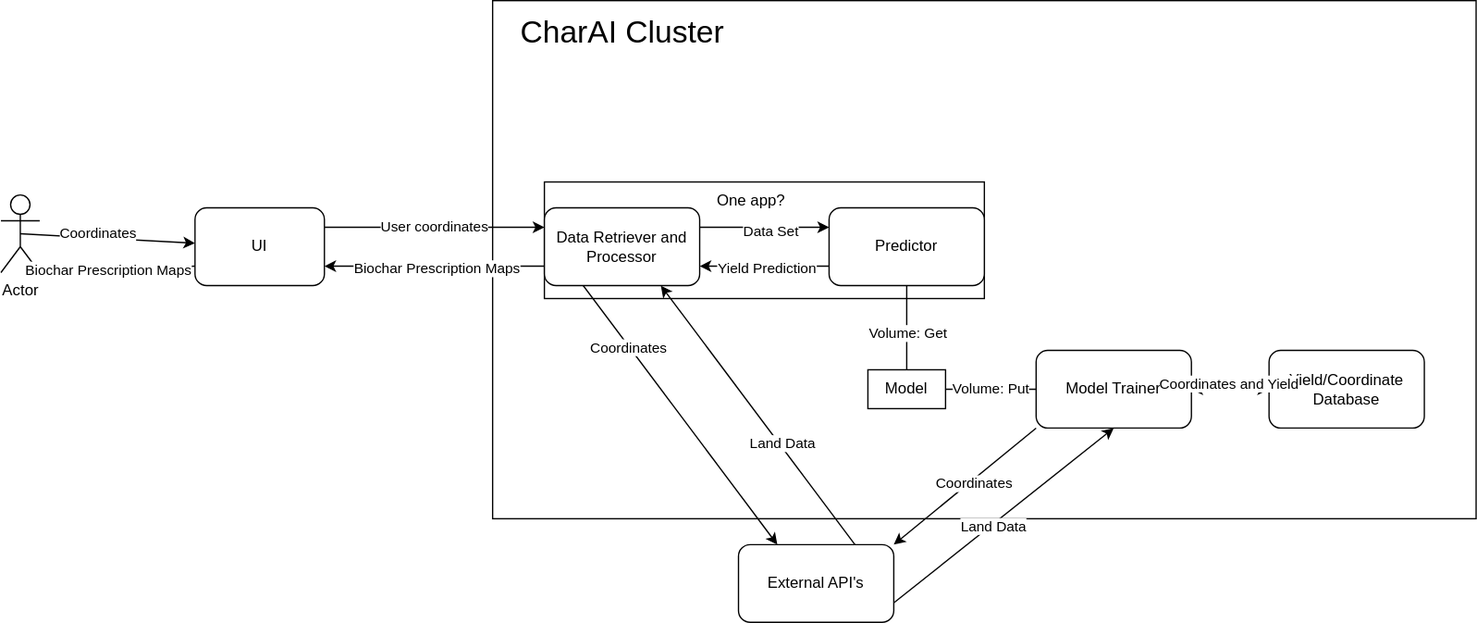
The draw.io diagram docs/Design/System/Architecture/SystemArchitectureModel.drawio.svg in JosephPBaruch/CharAI, before a commit. Source tidied: cells renumbered, new cells last; positions are measured from the earlier drawing's top-left corner, leaving out a move shared by most shapes. The source it was exported from:
```xml
<mxGraphModel>
  <root>
    <mxCell id="0" />
    <mxCell id="1" parent="0" />
    <mxCell id="2" style="rounded=0;whiteSpace=wrap;html=1;" parent="1" vertex="1">
      <mxGeometry x="380" width="760" height="400" as="geometry" />
    </mxCell>
    <mxCell id="3" style="rounded=0;whiteSpace=wrap;html=1;" parent="1" vertex="1">
      <mxGeometry x="420" y="140" width="340" height="90" as="geometry" />
    </mxCell>
    <mxCell id="4" style="edgeStyle=none;html=1;entryX=0;entryY=0.25;entryDx=0;entryDy=0;exitX=1;exitY=0.25;exitDx=0;exitDy=0;" parent="1" edge="1" source="6" target="21">
      <mxGeometry relative="1" as="geometry">
        <Array as="points">
          <mxPoint x="340" y="175" />
        </Array>
      </mxGeometry>
    </mxCell>
    <mxCell id="5" value="User coordinates" style="edgeLabel;html=1;align=center;verticalAlign=middle;" parent="4" vertex="1">
      <mxGeometry x="-0.01" y="1" relative="1" as="geometry" />
    </mxCell>
    <mxCell id="6" value="UI" style="rounded=1;whiteSpace=wrap;html=1;" parent="1" vertex="1">
      <mxGeometry x="150" y="160" width="100" height="60" as="geometry" />
    </mxCell>
    <mxCell id="7" style="edgeStyle=none;html=1;exitX=0;exitY=0.75;exitDx=0;exitDy=0;entryX=1;entryY=0.75;entryDx=0;entryDy=0;" parent="1" edge="1" source="9" target="21">
      <mxGeometry relative="1" as="geometry" />
    </mxCell>
    <mxCell id="8" value="Yield Prediction" style="edgeLabel;html=1;align=center;verticalAlign=middle;" parent="7" vertex="1">
      <mxGeometry x="0.24" y="1" relative="1" as="geometry">
        <mxPoint x="13" as="offset" />
      </mxGeometry>
    </mxCell>
    <mxCell id="9" value="Predictor" style="rounded=1;whiteSpace=wrap;html=1;" parent="1" vertex="1">
      <mxGeometry x="640" y="160" width="120" height="60" as="geometry" />
    </mxCell>
    <mxCell id="10" style="edgeStyle=none;html=1;exitX=0;exitY=1;exitDx=0;exitDy=0;entryX=1;entryY=0;entryDx=0;entryDy=0;" parent="1" edge="1" source="12" target="27">
      <mxGeometry relative="1" as="geometry" />
    </mxCell>
    <mxCell id="11" value="Coordinates" style="edgeLabel;html=1;align=center;verticalAlign=middle;" parent="10" vertex="1">
      <mxGeometry x="-0.09" y="2" relative="1" as="geometry" />
    </mxCell>
    <mxCell id="12" value="Model Trainer" style="rounded=1;whiteSpace=wrap;html=1;" parent="1" vertex="1">
      <mxGeometry x="800" y="270" width="120" height="60" as="geometry" />
    </mxCell>
    <mxCell id="13" value="Yield/Coordinate Database" style="rounded=1;whiteSpace=wrap;html=1;" parent="1" vertex="1">
      <mxGeometry x="980" y="270" width="120" height="60" as="geometry" />
    </mxCell>
    <mxCell id="14" value="Model" style="rounded=0;whiteSpace=wrap;html=1;" parent="1" vertex="1">
      <mxGeometry x="670" y="285" width="60" height="30" as="geometry" />
    </mxCell>
    <mxCell id="15" style="edgeStyle=none;html=1;entryX=1;entryY=0.75;entryDx=0;entryDy=0;exitX=0;exitY=0.75;exitDx=0;exitDy=0;" parent="1" edge="1" source="21" target="6">
      <mxGeometry relative="1" as="geometry" />
    </mxCell>
    <mxCell id="16" value="Biochar Prescription Maps" style="edgeLabel;html=1;align=center;verticalAlign=middle;" parent="15" vertex="1">
      <mxGeometry x="-0.02" y="1" relative="1" as="geometry" />
    </mxCell>
    <mxCell id="17" style="edgeStyle=none;html=1;exitX=0.25;exitY=1;exitDx=0;exitDy=0;entryX=0.25;entryY=0;entryDx=0;entryDy=0;" parent="1" edge="1" source="21" target="27">
      <mxGeometry relative="1" as="geometry" />
    </mxCell>
    <mxCell id="18" value="Coordinates" style="edgeLabel;html=1;align=center;verticalAlign=middle;" parent="17" vertex="1">
      <mxGeometry x="-0.54" y="-1" relative="1" as="geometry" />
    </mxCell>
    <mxCell id="19" style="edgeStyle=none;html=1;exitX=1;exitY=0.25;exitDx=0;exitDy=0;entryX=0;entryY=0.25;entryDx=0;entryDy=0;" parent="1" edge="1" source="21" target="9">
      <mxGeometry relative="1" as="geometry" />
    </mxCell>
    <mxCell id="20" value="Data Set" style="edgeLabel;html=1;align=center;verticalAlign=middle;" parent="19" vertex="1">
      <mxGeometry x="0.08" y="-2" relative="1" as="geometry" />
    </mxCell>
    <mxCell id="21" value="Data Retriever and Processor" style="rounded=1;whiteSpace=wrap;html=1;" parent="1" vertex="1">
      <mxGeometry x="420" y="160" width="120" height="60" as="geometry" />
    </mxCell>
    <mxCell id="22" value="&lt;font style=&quot;font-size: 24px;&quot;&gt;CharAI Cluster&lt;/font&gt;" style="text;html=1;align=center;verticalAlign=middle;whiteSpace=wrap;rounded=0;" parent="1" vertex="1">
      <mxGeometry x="363.5" y="10" width="233" height="30" as="geometry" />
    </mxCell>
    <mxCell id="23" style="edgeStyle=none;html=1;exitX=0.75;exitY=0;exitDx=0;exitDy=0;entryX=0.75;entryY=1;entryDx=0;entryDy=0;" parent="1" edge="1" source="27" target="21">
      <mxGeometry relative="1" as="geometry" />
    </mxCell>
    <mxCell id="24" value="Land Data" style="edgeLabel;html=1;align=center;verticalAlign=middle;" parent="23" vertex="1">
      <mxGeometry x="-0.23" y="-2" relative="1" as="geometry" />
    </mxCell>
    <mxCell id="25" style="edgeStyle=none;html=1;exitX=1;exitY=0.75;exitDx=0;exitDy=0;entryX=0.5;entryY=1;entryDx=0;entryDy=0;" parent="1" edge="1" source="27" target="12">
      <mxGeometry relative="1" as="geometry" />
    </mxCell>
    <mxCell id="26" value="Land Data" style="edgeLabel;html=1;align=center;verticalAlign=middle;" parent="25" vertex="1">
      <mxGeometry x="-0.11" y="-1" relative="1" as="geometry" />
    </mxCell>
    <mxCell id="27" value="External API's" style="rounded=1;whiteSpace=wrap;html=1;" parent="1" vertex="1">
      <mxGeometry x="570" y="420" width="120" height="60" as="geometry" />
    </mxCell>
    <mxCell id="28" style="endArrow=none;html=1;entryX=0.5;entryY=1;entryDx=0;entryDy=0;exitX=0.5;exitY=0;exitDx=0;exitDy=0;" parent="1" edge="1" source="14" target="9">
      <mxGeometry relative="1" as="geometry" />
    </mxCell>
    <mxCell id="29" value="Volume: Get" style="edgeLabel;html=1;align=center;verticalAlign=middle;" parent="28" vertex="1">
      <mxGeometry x="-0.1" relative="1" as="geometry" />
    </mxCell>
    <mxCell id="30" value="Volume: Put" style="endArrow=none;html=1;entryX=0;entryY=0.5;entryDx=0;entryDy=0;exitX=1;exitY=0.5;exitDx=0;exitDy=0;" parent="1" edge="1" source="14" target="12">
      <mxGeometry relative="1" as="geometry" />
    </mxCell>
    <mxCell id="31" style="endArrow=classic;startArrow=classic;html=1;exitX=1;exitY=0.5;exitDx=0;exitDy=0;entryX=0;entryY=0.5;entryDx=0;entryDy=0;" parent="1" edge="1" source="12" target="13">
      <mxGeometry relative="1" as="geometry" />
    </mxCell>
    <mxCell id="32" value="Coordinates and Yield" style="edgeLabel;html=1;align=center;verticalAlign=middle;" parent="31" vertex="1">
      <mxGeometry x="-0.07" y="5" relative="1" as="geometry" />
    </mxCell>
    <mxCell id="33" style="edgeStyle=none;html=1;exitX=0.5;exitY=0.5;exitDx=0;exitDy=0;exitPerimeter=0;" parent="1" edge="1" source="35" target="6">
      <mxGeometry relative="1" as="geometry" />
    </mxCell>
    <mxCell id="34" value="Coordinates" style="edgeLabel;html=1;align=center;verticalAlign=middle;" parent="33" vertex="1">
      <mxGeometry x="-0.13" y="4" relative="1" as="geometry" />
    </mxCell>
    <mxCell id="35" value="Actor" style="shape=umlActor;verticalLabelPosition=bottom;verticalAlign=top;html=1;outlineConnect=0;" parent="1" vertex="1">
      <mxGeometry y="150" width="30" height="60" as="geometry" />
    </mxCell>
    <mxCell id="36" style="edgeStyle=none;html=1;exitX=0;exitY=0.75;exitDx=0;exitDy=0;entryX=1;entryY=1;entryDx=0;entryDy=0;entryPerimeter=0;" parent="1" edge="1" source="6" target="35">
      <mxGeometry relative="1" as="geometry" />
    </mxCell>
    <mxCell id="37" value="Biochar Prescription Maps" style="edgeLabel;html=1;align=center;verticalAlign=middle;" parent="36" vertex="1">
      <mxGeometry x="0.13" relative="1" as="geometry" />
    </mxCell>
    <mxCell id="38" value="One app?&amp;nbsp;" style="text;html=1;align=center;verticalAlign=middle;whiteSpace=wrap;rounded=0;" parent="1" vertex="1">
      <mxGeometry x="550" y="140" width="60" height="30" as="geometry" />
    </mxCell>
  </root>
</mxGraphModel>
```
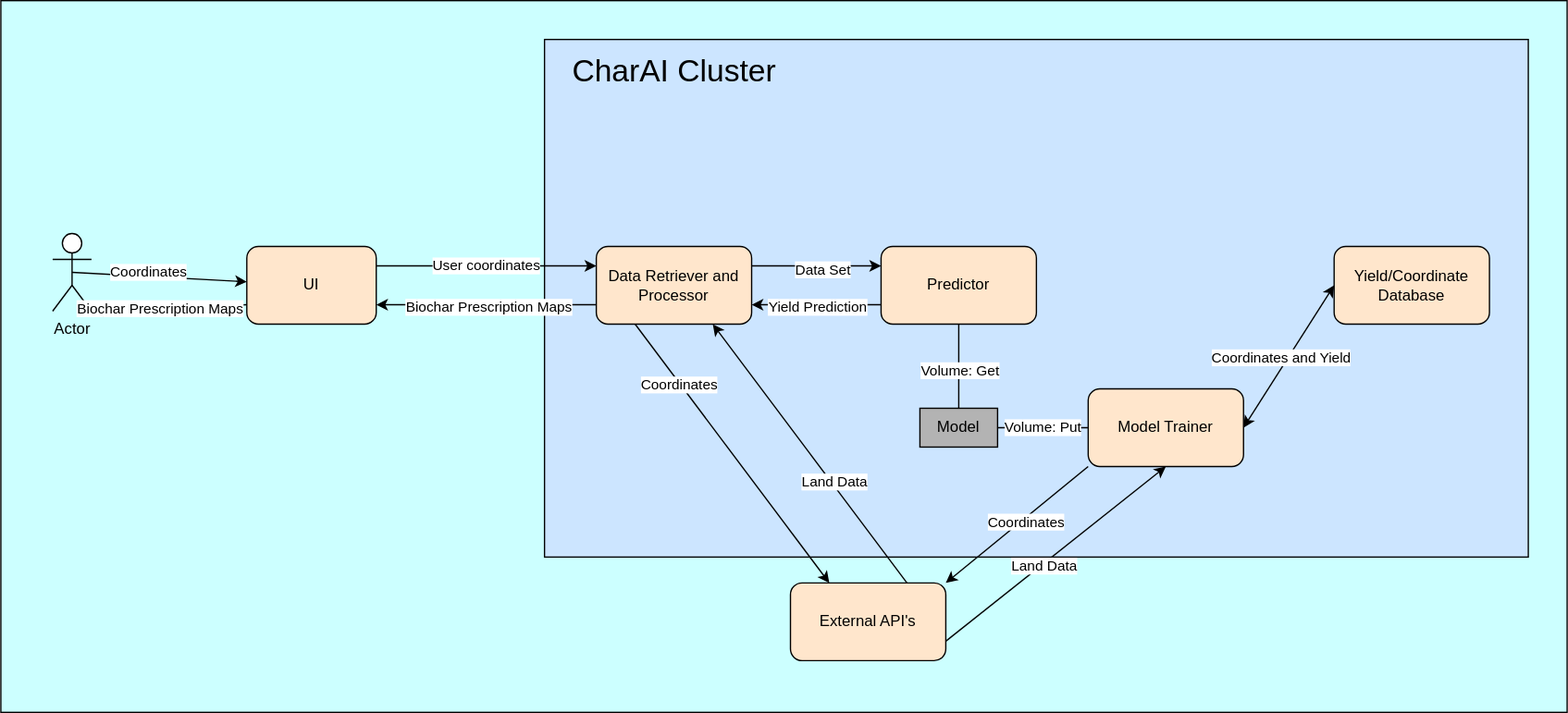
The same diagram one commit later.

Commit message:
architectural diagrams

Change to the diagram source:
```diff
@@ -2,12 +2,12 @@
   <root>
     <mxCell id="0" />
     <mxCell id="1" parent="0" />
+    <mxCell id="38" style="rounded=0;whiteSpace=wrap;html=1;fillColor=#CCFFFF;" parent="1" vertex="1">
+      <mxGeometry x="-40" y="-30" width="1210" height="550" as="geometry" />
+    </mxCell>
-    <mxCell id="2" style="rounded=0;whiteSpace=wrap;html=1;" parent="1" vertex="1">
+    <mxCell id="2" style="rounded=0;whiteSpace=wrap;html=1;fillColor=#CCE5FF;" parent="1" vertex="1">
       <mxGeometry x="380" width="760" height="400" as="geometry" />
     </mxCell>
-    <mxCell id="3" style="rounded=0;whiteSpace=wrap;html=1;" parent="1" vertex="1">
-      <mxGeometry x="420" y="140" width="340" height="90" as="geometry" />
-    </mxCell>
     <mxCell id="4" style="edgeStyle=none;html=1;entryX=0;entryY=0.25;entryDx=0;entryDy=0;exitX=1;exitY=0.25;exitDx=0;exitDy=0;" parent="1" edge="1" source="6" target="21">
       <mxGeometry relative="1" as="geometry">
         <Array as="points">
@@ -18,7 +18,7 @@
     <mxCell id="5" value="User coordinates" style="edgeLabel;html=1;align=center;verticalAlign=middle;" parent="4" vertex="1">
       <mxGeometry x="-0.01" y="1" relative="1" as="geometry" />
     </mxCell>
-    <mxCell id="6" value="UI" style="rounded=1;whiteSpace=wrap;html=1;" parent="1" vertex="1">
+    <mxCell id="6" value="UI" style="rounded=1;whiteSpace=wrap;html=1;fillColor=#FFE6CC;" parent="1" vertex="1">
       <mxGeometry x="150" y="160" width="100" height="60" as="geometry" />
     </mxCell>
     <mxCell id="7" style="edgeStyle=none;html=1;exitX=0;exitY=0.75;exitDx=0;exitDy=0;entryX=1;entryY=0.75;entryDx=0;entryDy=0;" parent="1" edge="1" source="9" target="21">
@@ -29,7 +29,7 @@
         <mxPoint x="13" as="offset" />
       </mxGeometry>
     </mxCell>
-    <mxCell id="9" value="Predictor" style="rounded=1;whiteSpace=wrap;html=1;" parent="1" vertex="1">
+    <mxCell id="9" value="Predictor" style="rounded=1;whiteSpace=wrap;html=1;fillColor=#FFE6CC;" parent="1" vertex="1">
       <mxGeometry x="640" y="160" width="120" height="60" as="geometry" />
     </mxCell>
     <mxCell id="10" style="edgeStyle=none;html=1;exitX=0;exitY=1;exitDx=0;exitDy=0;entryX=1;entryY=0;entryDx=0;entryDy=0;" parent="1" edge="1" source="12" target="27">
@@ -38,13 +38,13 @@
     <mxCell id="11" value="Coordinates" style="edgeLabel;html=1;align=center;verticalAlign=middle;" parent="10" vertex="1">
       <mxGeometry x="-0.09" y="2" relative="1" as="geometry" />
     </mxCell>
-    <mxCell id="12" value="Model Trainer" style="rounded=1;whiteSpace=wrap;html=1;" parent="1" vertex="1">
+    <mxCell id="12" value="Model Trainer" style="rounded=1;whiteSpace=wrap;html=1;fillColor=#FFE6CC;" parent="1" vertex="1">
       <mxGeometry x="800" y="270" width="120" height="60" as="geometry" />
     </mxCell>
-    <mxCell id="13" value="Yield/Coordinate Database" style="rounded=1;whiteSpace=wrap;html=1;" parent="1" vertex="1">
-      <mxGeometry x="980" y="270" width="120" height="60" as="geometry" />
+    <mxCell id="13" value="Yield/Coordinate Database" style="rounded=1;whiteSpace=wrap;html=1;fillColor=#FFE6CC;" parent="1" vertex="1">
+      <mxGeometry x="990" y="160" width="120" height="60" as="geometry" />
     </mxCell>
-    <mxCell id="14" value="Model" style="rounded=0;whiteSpace=wrap;html=1;" parent="1" vertex="1">
+    <mxCell id="14" value="Model" style="rounded=0;whiteSpace=wrap;html=1;fillColor=#B3B3B3;" parent="1" vertex="1">
       <mxGeometry x="670" y="285" width="60" height="30" as="geometry" />
     </mxCell>
     <mxCell id="15" style="edgeStyle=none;html=1;entryX=1;entryY=0.75;entryDx=0;entryDy=0;exitX=0;exitY=0.75;exitDx=0;exitDy=0;" parent="1" edge="1" source="21" target="6">
@@ -65,7 +65,7 @@
     <mxCell id="20" value="Data Set" style="edgeLabel;html=1;align=center;verticalAlign=middle;" parent="19" vertex="1">
       <mxGeometry x="0.08" y="-2" relative="1" as="geometry" />
     </mxCell>
-    <mxCell id="21" value="Data Retriever and Processor" style="rounded=1;whiteSpace=wrap;html=1;" parent="1" vertex="1">
+    <mxCell id="21" value="Data Retriever and Processor" style="rounded=1;whiteSpace=wrap;html=1;fillColor=#FFE6CC;" parent="1" vertex="1">
       <mxGeometry x="420" y="160" width="120" height="60" as="geometry" />
     </mxCell>
     <mxCell id="22" value="&lt;font style=&quot;font-size: 24px;&quot;&gt;CharAI Cluster&lt;/font&gt;" style="text;html=1;align=center;verticalAlign=middle;whiteSpace=wrap;rounded=0;" parent="1" vertex="1">
@@ -83,7 +83,7 @@
     <mxCell id="26" value="Land Data" style="edgeLabel;html=1;align=center;verticalAlign=middle;" parent="25" vertex="1">
       <mxGeometry x="-0.11" y="-1" relative="1" as="geometry" />
     </mxCell>
-    <mxCell id="27" value="External API's" style="rounded=1;whiteSpace=wrap;html=1;" parent="1" vertex="1">
+    <mxCell id="27" value="External API's" style="rounded=1;whiteSpace=wrap;html=1;fillColor=#FFE6CC;" parent="1" vertex="1">
       <mxGeometry x="570" y="420" width="120" height="60" as="geometry" />
     </mxCell>
     <mxCell id="28" style="endArrow=none;html=1;entryX=0.5;entryY=1;entryDx=0;entryDy=0;exitX=0.5;exitY=0;exitDx=0;exitDy=0;" parent="1" edge="1" source="14" target="9">
@@ -116,8 +116,5 @@
     <mxCell id="37" value="Biochar Prescription Maps" style="edgeLabel;html=1;align=center;verticalAlign=middle;" parent="36" vertex="1">
       <mxGeometry x="0.13" relative="1" as="geometry" />
     </mxCell>
-    <mxCell id="38" value="One app?&amp;nbsp;" style="text;html=1;align=center;verticalAlign=middle;whiteSpace=wrap;rounded=0;" parent="1" vertex="1">
-      <mxGeometry x="550" y="140" width="60" height="30" as="geometry" />
-    </mxCell>
   </root>
 </mxGraphModel>
```
